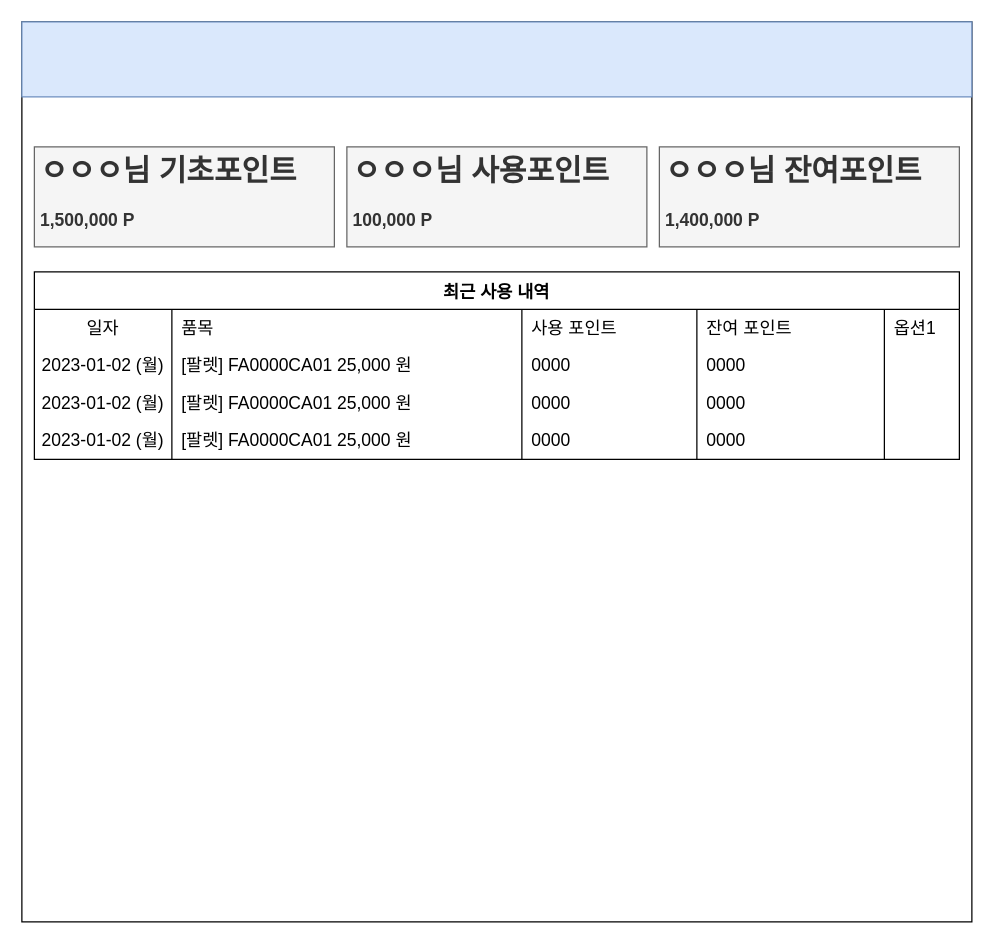
Above: page "페이지-2" (2 of 2) of Agenda.drawio in JayBeemo/EDP-React (draw.io), before the change. Source tidied: cells renumbered, new cells numbered last; positions are measured from the earlier drawing's top-left corner, leaving out a move shared by most shapes. Both pictures are drawn from the tidied source at 125%, with x=0, y=0 at pixel (21, 21).
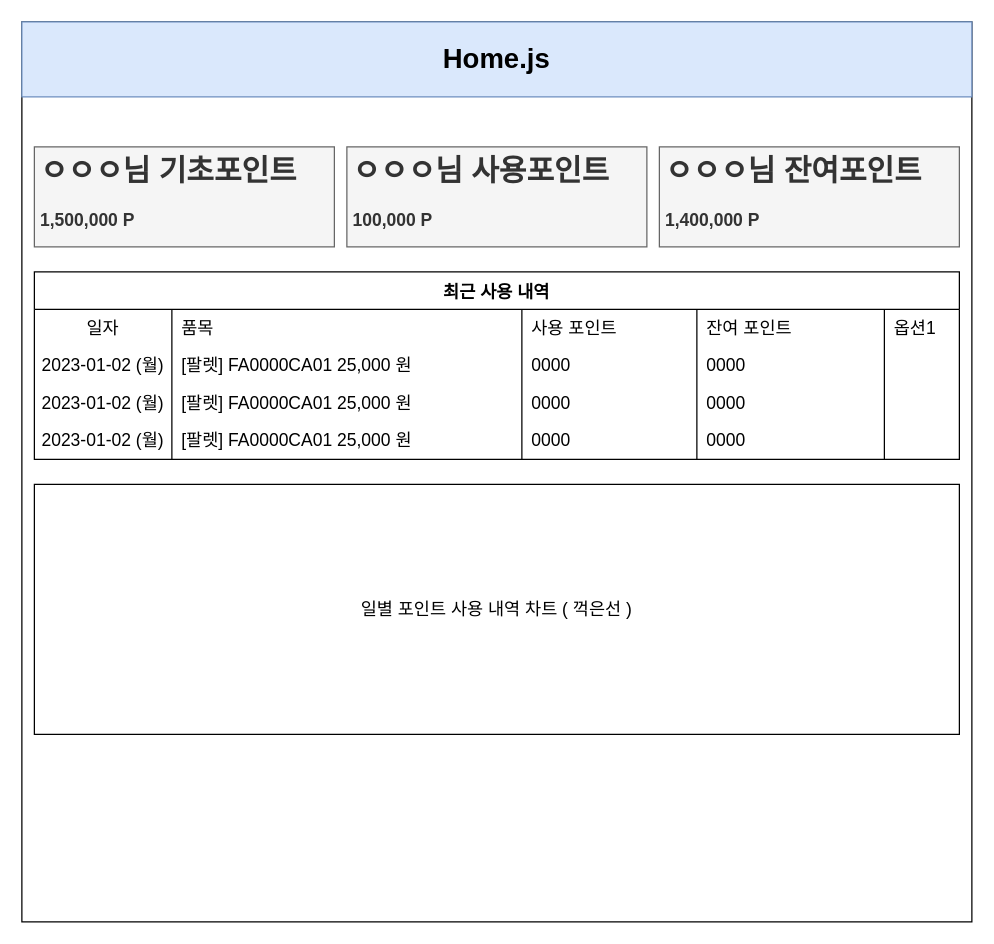
The same diagram, later.

What changed in the source:
```diff
@@
-    <mxCell id="3" style="rounded=0;whiteSpace=wrap;html=1;fillColor=#dae8fc;strokeColor=#6c8ebf;" parent="1" vertex="1">
+    <mxCell id="3" value="&lt;b&gt;&lt;font style=&quot;font-size: 22px;&quot;&gt;Home.js&lt;/font&gt;&lt;/b&gt;" style="rounded=0;whiteSpace=wrap;html=1;fillColor=#dae8fc;strokeColor=#6c8ebf;" parent="1" vertex="1">
       <mxGeometry width="760" height="60" as="geometry" />
     </mxCell>
@@
+    <mxCell id="32" value="일별 포인트 사용 내역 차트 ( 꺽은선 )" style="rounded=0;whiteSpace=wrap;html=1;strokeColor=#000000;fontSize=14;" parent="1" vertex="1">
+      <mxGeometry x="10" y="370" width="740" height="200" as="geometry" />
+    </mxCell>
```
